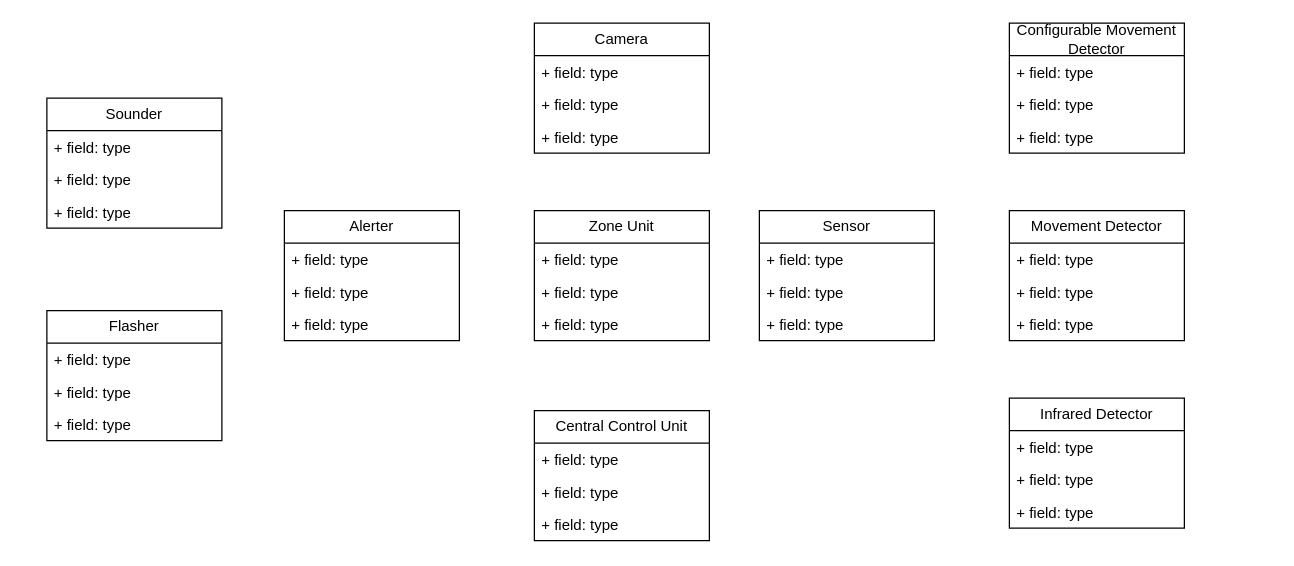
This is week12-workshop11.drawio from antonykimuom/SWEN30006-2025-SM1-workshop1-tuew05-14-00-team-12, a draw.io file, before an edit. Source tidied: cells renumbered, new cells numbered last; positions are measured from the earlier drawing's top-left corner, leaving out a move shared by most shapes. Both pictures are drawn from the tidied source at 125%, with x=0, y=0 at pixel (46, 22).
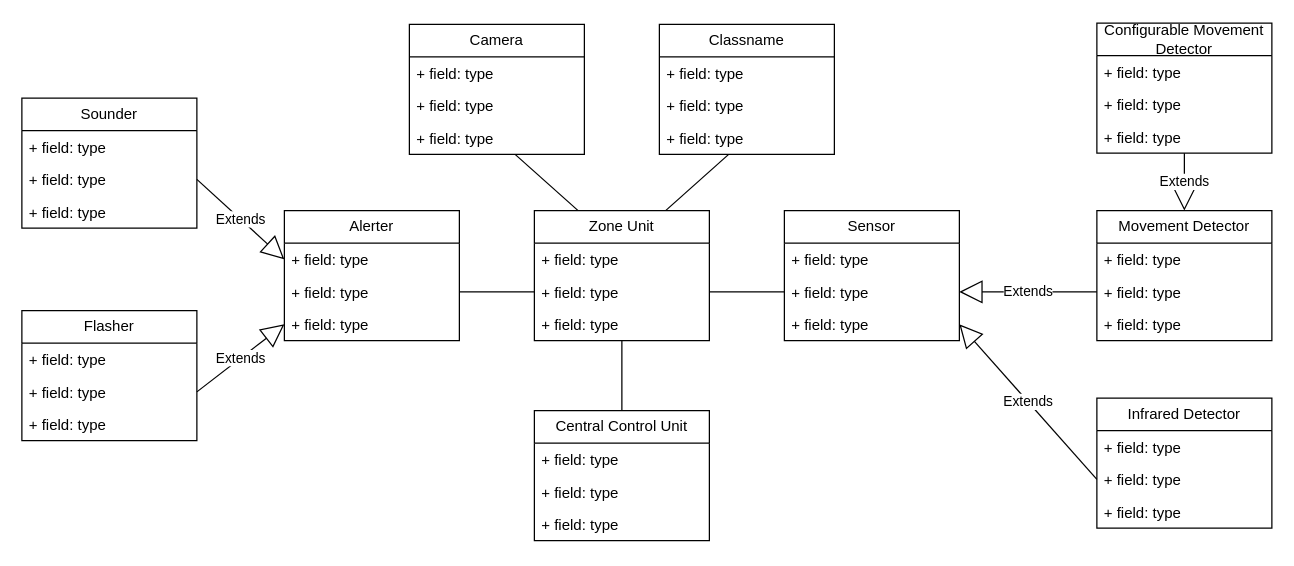
The same page after the edit.

The change refers to these unchanged cells:
```xml
<mxCell id="2" value="Central Control Unit" style="swimlane;fontStyle=0;horizontal=1;startSize=26;fillColor=none;whiteSpace=wrap;html=1;" parent="1" vertex="1">
  <mxGeometry x="390" y="310" width="140" height="104" as="geometry" />
</mxCell>
<mxCell id="6" value="Zone Unit" style="swimlane;fontStyle=0;horizontal=1;startSize=26;fillColor=none;whiteSpace=wrap;html=1;" parent="1" vertex="1">
  <mxGeometry x="390" y="150" width="140" height="104" as="geometry" />
</mxCell>
<mxCell id="8" value="+ field: type" style="text;strokeColor=none;fillColor=none;align=left;verticalAlign=top;spacingLeft=4;spacingRight=4;overflow=hidden;points=[[0,0.5],[1,0.5]];portConstraint=eastwest;whiteSpace=wrap;html=1;" parent="6" vertex="1">
  <mxGeometry y="52" width="140" height="26" as="geometry" />
</mxCell>
<mxCell id="9" value="+ field: type" style="text;strokeColor=none;fillColor=none;align=left;verticalAlign=top;spacingLeft=4;spacingRight=4;overflow=hidden;points=[[0,0.5],[1,0.5]];portConstraint=eastwest;whiteSpace=wrap;html=1;" parent="6" vertex="1">
  <mxGeometry y="78" width="140" height="26" as="geometry" />
</mxCell>
<mxCell id="13" value="+ field: type" style="text;strokeColor=none;fillColor=none;align=left;verticalAlign=top;spacingLeft=4;spacingRight=4;overflow=hidden;points=[[0,0.5],[1,0.5]];portConstraint=eastwest;whiteSpace=wrap;html=1;" parent="10" vertex="1">
  <mxGeometry y="78" width="140" height="26" as="geometry" />
</mxCell>
<mxCell id="16" value="+ field: type" style="text;strokeColor=none;fillColor=none;align=left;verticalAlign=top;spacingLeft=4;spacingRight=4;overflow=hidden;points=[[0,0.5],[1,0.5]];portConstraint=eastwest;whiteSpace=wrap;html=1;" parent="14" vertex="1">
  <mxGeometry y="52" width="140" height="26" as="geometry" />
</mxCell>
<mxCell id="20" value="+ field: type" style="text;strokeColor=none;fillColor=none;align=left;verticalAlign=top;spacingLeft=4;spacingRight=4;overflow=hidden;points=[[0,0.5],[1,0.5]];portConstraint=eastwest;whiteSpace=wrap;html=1;" parent="18" vertex="1">
  <mxGeometry y="52" width="140" height="26" as="geometry" />
</mxCell>
<mxCell id="24" value="+ field: type" style="text;strokeColor=none;fillColor=none;align=left;verticalAlign=top;spacingLeft=4;spacingRight=4;overflow=hidden;points=[[0,0.5],[1,0.5]];portConstraint=eastwest;whiteSpace=wrap;html=1;" parent="22" vertex="1">
  <mxGeometry y="52" width="140" height="26" as="geometry" />
</mxCell>
<mxCell id="28" value="+ field: type" style="text;strokeColor=none;fillColor=none;align=left;verticalAlign=top;spacingLeft=4;spacingRight=4;overflow=hidden;points=[[0,0.5],[1,0.5]];portConstraint=eastwest;whiteSpace=wrap;html=1;" parent="26" vertex="1">
  <mxGeometry y="52" width="140" height="26" as="geometry" />
</mxCell>
<mxCell id="33" value="+ field: type" style="text;strokeColor=none;fillColor=none;align=left;verticalAlign=top;spacingLeft=4;spacingRight=4;overflow=hidden;points=[[0,0.5],[1,0.5]];portConstraint=eastwest;whiteSpace=wrap;html=1;" parent="30" vertex="1">
  <mxGeometry y="78" width="140" height="26" as="geometry" />
</mxCell>
<mxCell id="36" value="+ field: type" style="text;strokeColor=none;fillColor=none;align=left;verticalAlign=top;spacingLeft=4;spacingRight=4;overflow=hidden;points=[[0,0.5],[1,0.5]];portConstraint=eastwest;whiteSpace=wrap;html=1;" parent="34" vertex="1">
  <mxGeometry y="52" width="140" height="26" as="geometry" />
</mxCell>
<mxCell id="37" value="+ field: type" style="text;strokeColor=none;fillColor=none;align=left;verticalAlign=top;spacingLeft=4;spacingRight=4;overflow=hidden;points=[[0,0.5],[1,0.5]];portConstraint=eastwest;whiteSpace=wrap;html=1;" parent="34" vertex="1">
  <mxGeometry y="78" width="140" height="26" as="geometry" />
</mxCell>
<mxCell id="39" value="+ field: type" style="text;strokeColor=none;fillColor=none;align=left;verticalAlign=top;spacingLeft=4;spacingRight=4;overflow=hidden;points=[[0,0.5],[1,0.5]];portConstraint=eastwest;whiteSpace=wrap;html=1;" parent="38" vertex="1">
  <mxGeometry y="26" width="140" height="26" as="geometry" />
</mxCell>
<mxCell id="40" value="+ field: type" style="text;strokeColor=none;fillColor=none;align=left;verticalAlign=top;spacingLeft=4;spacingRight=4;overflow=hidden;points=[[0,0.5],[1,0.5]];portConstraint=eastwest;whiteSpace=wrap;html=1;" parent="38" vertex="1">
  <mxGeometry y="52" width="140" height="26" as="geometry" />
</mxCell>
<mxCell id="41" value="+ field: type" style="text;strokeColor=none;fillColor=none;align=left;verticalAlign=top;spacingLeft=4;spacingRight=4;overflow=hidden;points=[[0,0.5],[1,0.5]];portConstraint=eastwest;whiteSpace=wrap;html=1;" parent="38" vertex="1">
  <mxGeometry y="78" width="140" height="26" as="geometry" />
</mxCell>
```

Diff of the diagram source:
```diff
@@
     <mxCell id="10" value="Camera" style="swimlane;fontStyle=0;horizontal=1;startSize=26;fillColor=none;whiteSpace=wrap;html=1;" parent="1" vertex="1">
-      <mxGeometry x="390" width="140" height="104" as="geometry" />
+      <mxGeometry x="290" y="1" width="140" height="104" as="geometry" />
     </mxCell>
@@
     <mxCell id="14" value="Flasher" style="swimlane;fontStyle=0;horizontal=1;startSize=26;fillColor=none;whiteSpace=wrap;html=1;" parent="1" vertex="1">
-      <mxGeometry y="230" width="140" height="104" as="geometry" />
+      <mxGeometry x="-20" y="230" width="140" height="104" as="geometry" />
     </mxCell>
@@
     <mxCell id="18" value="Sounder" style="swimlane;fontStyle=0;horizontal=1;startSize=26;fillColor=none;whiteSpace=wrap;html=1;" parent="1" vertex="1">
-      <mxGeometry y="60" width="140" height="104" as="geometry" />
+      <mxGeometry x="-20" y="60" width="140" height="104" as="geometry" />
     </mxCell>
@@
     <mxCell id="22" value="Infrared Detector" style="swimlane;fontStyle=0;horizontal=1;startSize=26;fillColor=none;whiteSpace=wrap;html=1;" parent="1" vertex="1">
-      <mxGeometry x="770" y="300" width="140" height="104" as="geometry" />
+      <mxGeometry x="840" y="300" width="140" height="104" as="geometry" />
     </mxCell>
@@
     <mxCell id="26" value="Movement Detector" style="swimlane;fontStyle=0;horizontal=1;startSize=26;fillColor=none;whiteSpace=wrap;html=1;" parent="1" vertex="1">
-      <mxGeometry x="770" y="150" width="140" height="104" as="geometry" />
+      <mxGeometry x="840" y="150" width="140" height="104" as="geometry" />
     </mxCell>
@@
     <mxCell id="30" value="Configurable Movement Detector" style="swimlane;fontStyle=0;horizontal=1;startSize=26;fillColor=none;whiteSpace=wrap;html=1;" parent="1" vertex="1">
-      <mxGeometry x="770" width="140" height="104" as="geometry" />
+      <mxGeometry x="840" width="140" height="104" as="geometry" />
     </mxCell>
@@
     <mxCell id="34" value="Sensor" style="swimlane;fontStyle=0;horizontal=1;startSize=26;fillColor=none;whiteSpace=wrap;html=1;" parent="1" vertex="1">
-      <mxGeometry x="570" y="150" width="140" height="104" as="geometry" />
+      <mxGeometry x="590" y="150" width="140" height="104" as="geometry" />
     </mxCell>
@@
+    <mxCell id="42" value="Extends" style="endArrow=block;endSize=16;endFill=0;html=1;rounded=0;exitX=1;exitY=0.5;exitDx=0;exitDy=0;entryX=0;entryY=0.5;entryDx=0;entryDy=0;" parent="1" edge="1" source="20" target="39">
+      <mxGeometry relative="1" as="geometry" />
+    </mxCell>
+    <mxCell id="43" value="Extends" style="endArrow=block;endSize=16;endFill=0;html=1;rounded=0;exitX=1;exitY=0.5;exitDx=0;exitDy=0;entryX=0;entryY=0.5;entryDx=0;entryDy=0;" parent="1" edge="1" source="16" target="41">
+      <mxGeometry relative="1" as="geometry" />
+    </mxCell>
+    <mxCell id="44" value="Extends" style="endArrow=block;endSize=16;endFill=0;html=1;rounded=0;exitX=0;exitY=0.5;exitDx=0;exitDy=0;entryX=1;entryY=0.5;entryDx=0;entryDy=0;" parent="1" edge="1" source="24" target="37">
+      <mxGeometry relative="1" as="geometry" />
+    </mxCell>
+    <mxCell id="45" value="Extends" style="endArrow=block;endSize=16;endFill=0;html=1;rounded=0;entryX=1;entryY=0.5;entryDx=0;entryDy=0;exitX=0;exitY=0.5;exitDx=0;exitDy=0;" parent="1" edge="1" source="28" target="36">
+      <mxGeometry relative="1" as="geometry" />
+    </mxCell>
+    <mxCell id="46" value="Extends" style="endArrow=block;endSize=16;endFill=0;html=1;rounded=0;entryX=0.5;entryY=0;entryDx=0;entryDy=0;" parent="1" edge="1" source="33" target="26">
+      <mxGeometry relative="1" as="geometry" />
+    </mxCell>
+    <mxCell id="47" style="endArrow=none;html=1;rounded=0;exitX=0.5;exitY=0;exitDx=0;exitDy=0;" parent="1" edge="1" source="2" target="9">
+      <mxGeometry relative="1" as="geometry" />
+    </mxCell>
+    <mxCell id="48" style="endArrow=none;html=1;rounded=0;exitX=1;exitY=0.5;exitDx=0;exitDy=0;entryX=0;entryY=0.5;entryDx=0;entryDy=0;" parent="1" edge="1" source="40" target="8">
+      <mxGeometry relative="1" as="geometry" />
+    </mxCell>
+    <mxCell id="49" style="endArrow=none;html=1;rounded=0;exitX=1;exitY=0.5;exitDx=0;exitDy=0;entryX=0;entryY=0.5;entryDx=0;entryDy=0;" parent="1" edge="1" source="8" target="36">
+      <mxGeometry relative="1" as="geometry" />
+    </mxCell>
+    <mxCell id="50" value="Classname" style="swimlane;fontStyle=0;horizontal=1;startSize=26;fillColor=none;whiteSpace=wrap;html=1;" parent="1" vertex="1">
+      <mxGeometry x="490" y="1" width="140" height="104" as="geometry" />
+    </mxCell>
+    <mxCell id="51" value="+ field: type" style="text;strokeColor=none;fillColor=none;align=left;verticalAlign=top;spacingLeft=4;spacingRight=4;overflow=hidden;whiteSpace=wrap;html=1;" parent="50" vertex="1">
+      <mxGeometry y="26" width="140" height="26" as="geometry" />
+    </mxCell>
+    <mxCell id="52" value="+ field: type" style="text;strokeColor=none;fillColor=none;align=left;verticalAlign=top;spacingLeft=4;spacingRight=4;overflow=hidden;whiteSpace=wrap;html=1;" parent="50" vertex="1">
+      <mxGeometry y="52" width="140" height="26" as="geometry" />
+    </mxCell>
+    <mxCell id="53" value="+ field: type" style="text;strokeColor=none;fillColor=none;align=left;verticalAlign=top;spacingLeft=4;spacingRight=4;overflow=hidden;points=[[0,0.5],[1,0.5]];portConstraint=eastwest;whiteSpace=wrap;html=1;" parent="50" vertex="1">
+      <mxGeometry y="78" width="140" height="26" as="geometry" />
+    </mxCell>
+    <mxCell id="54" style="endArrow=none;html=1;rounded=0;exitX=0.25;exitY=0;exitDx=0;exitDy=0;" parent="1" edge="1" source="6" target="13">
+      <mxGeometry relative="1" as="geometry" />
+    </mxCell>
+    <mxCell id="55" style="endArrow=none;html=1;rounded=0;exitX=0.75;exitY=0;exitDx=0;exitDy=0;" parent="1" edge="1" source="6" target="53">
+      <mxGeometry relative="1" as="geometry" />
+    </mxCell>
```
